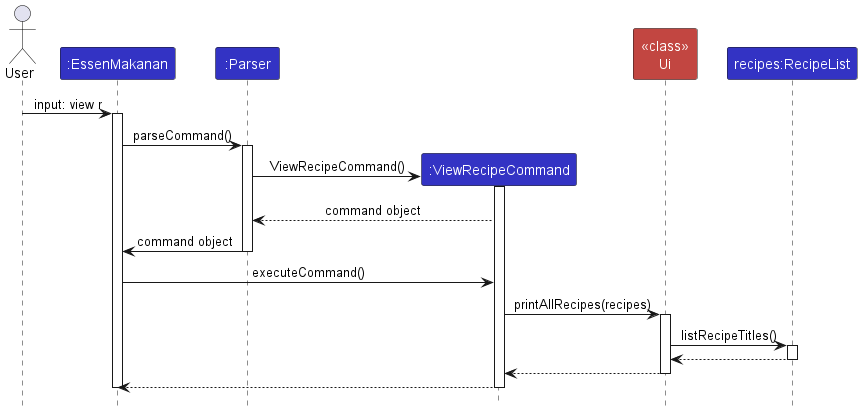
The PlantUML diagram docs/images/ViewAllRecipeSequenceDiagram.png in nus-cs2113-AY2324S1/tp, before a commit.
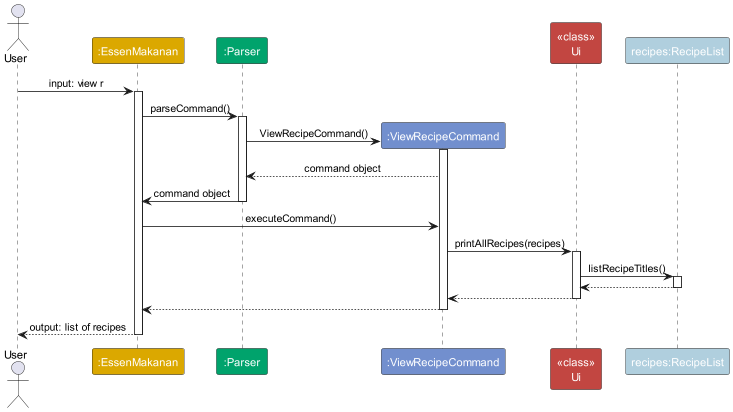
The same diagram one commit later.

Diff of the diagram source:
```diff
@@ -2,12 +2,13 @@
 !include style.puml
 skinparam ArrowFontStyle plain
 
+
 actor User
-participant ":EssenMakanan" as EssenMakanan LOGIC_COLOR
-participant ":Parser" as Parser LOGIC_COLOR
-participant ":ViewRecipeCommand" as ViewRecipeCommand LOGIC_COLOR
-participant "<<class>>\nUi" as Ui INTERFACE_COLOR
-participant "recipes:RecipeList" as Recipes LOGIC_COLOR
+participant ":EssenMakanan" as EssenMakanan MAIN_COLOR
+participant ":Parser" as Parser PARSER_COLOR
+participant ":ViewRecipeCommand" as ViewRecipeCommand COMMAND_COLOR
+participant "<<class>>\nUi" as Ui UI_COLOR
+participant "recipes:RecipeList" as Recipes RECIPE_LIST_COLOR
 
 User -> EssenMakanan: input: view r
 activate EssenMakanan
@@ -42,6 +43,7 @@
 ViewRecipeCommand --> EssenMakanan
 deactivate ViewRecipeCommand
 
+EssenMakanan --> User: output: list of recipes
 deactivate EssenMakanan
 
 @enduml
```
